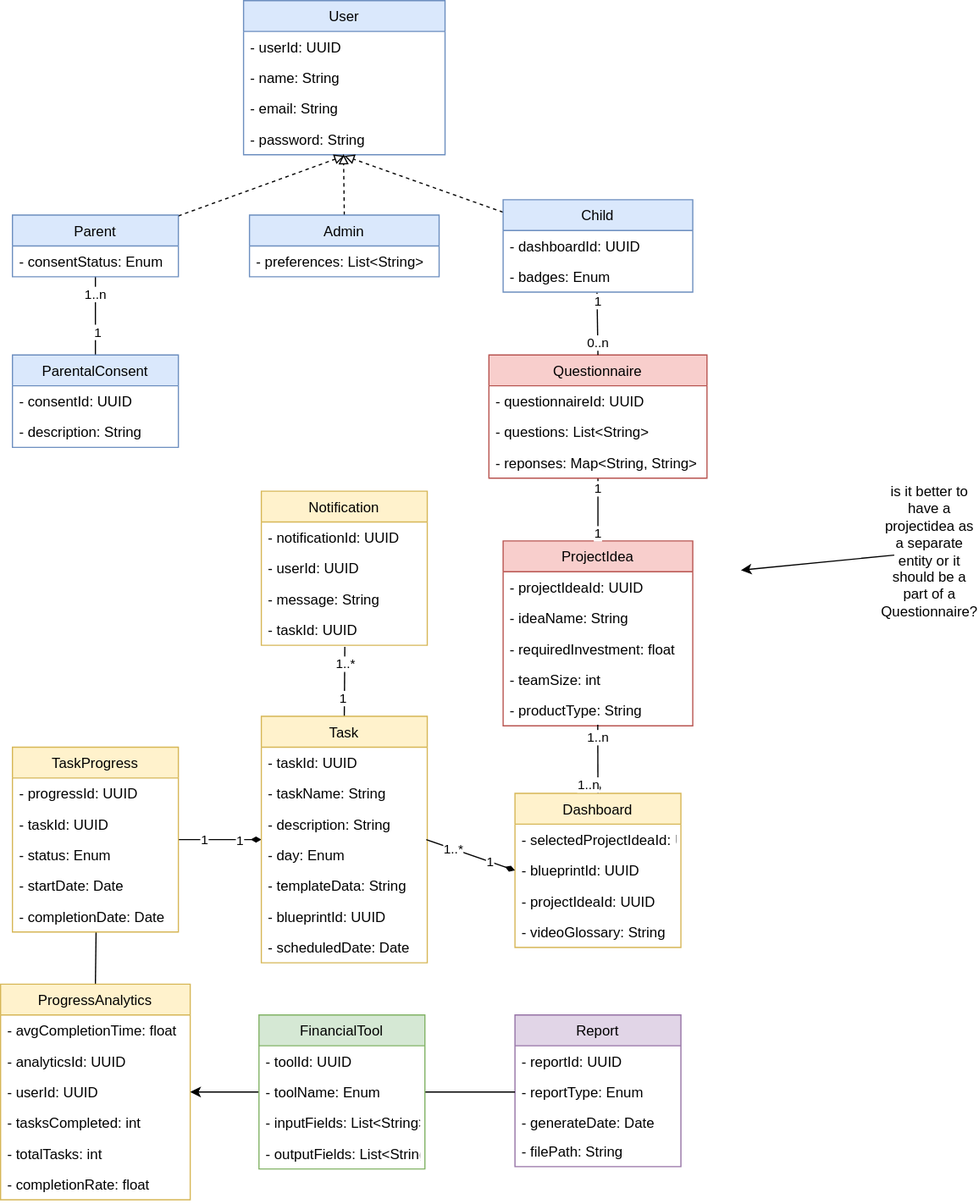
Before: docs/analysis/classes-diagram/analytical-classes-domain-model.dio.svg, a diagram exported from draw.io (dmr4eg/la-infrastructure). Source tidied: cells renumbered, new cells last; positions are measured from the earlier drawing's top-left corner, leaving out a move shared by most shapes.
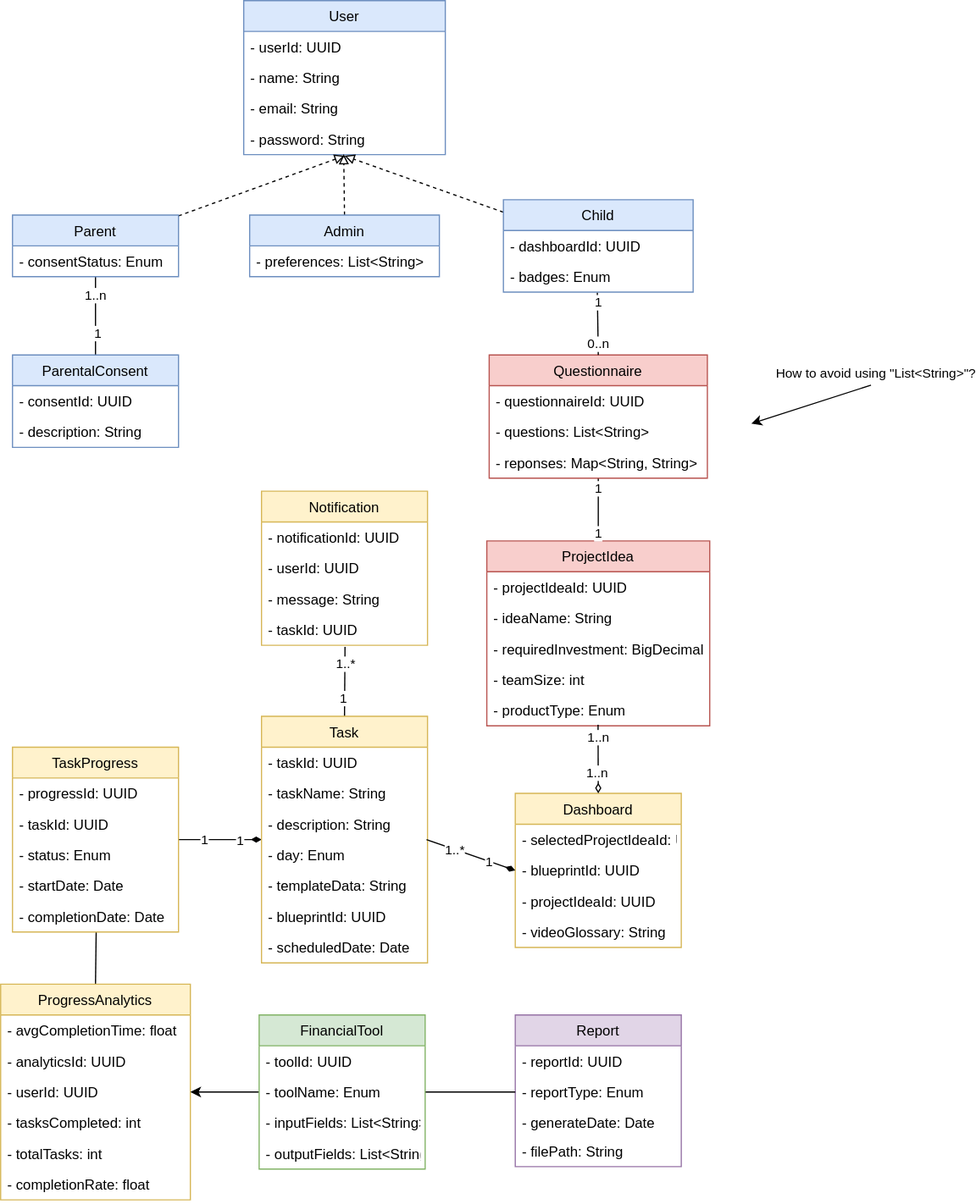
Above is the later version.

Diff of the diagram source:
```diff
@@ -52,22 +52,22 @@
       <mxGeometry y="52" width="160" height="26" as="geometry" />
     </mxCell>
     <mxCell id="17" value="ProjectIdea" style="swimlane;fontStyle=0;horizontal=1;startSize=26;fillColor=#f8cecc;strokeColor=#b85450;" parent="1" vertex="1">
-      <mxGeometry x="424" y="456" width="160" height="156" as="geometry" />
+      <mxGeometry x="410" y="456" width="188" height="156" as="geometry" />
     </mxCell>
     <mxCell id="18" value="- projectIdeaId: UUID" style="text;strokeColor=none;fillColor=none;align=left;verticalAlign=top;spacingLeft=4;spacingRight=4;overflow=hidden;" parent="17" vertex="1">
-      <mxGeometry y="26" width="160" height="26" as="geometry" />
+      <mxGeometry y="26" width="188" height="26" as="geometry" />
     </mxCell>
     <mxCell id="19" value="- ideaName: String " style="text;strokeColor=none;fillColor=none;align=left;verticalAlign=top;spacingLeft=4;spacingRight=4;overflow=hidden;" parent="17" vertex="1">
-      <mxGeometry y="52" width="160" height="26" as="geometry" />
+      <mxGeometry y="52" width="188" height="26" as="geometry" />
     </mxCell>
-    <mxCell id="20" value="- requiredInvestment: float" style="text;strokeColor=none;fillColor=none;align=left;verticalAlign=top;spacingLeft=4;spacingRight=4;overflow=hidden;" parent="17" vertex="1">
-      <mxGeometry y="78" width="160" height="26" as="geometry" />
+    <mxCell id="20" value="- requiredInvestment: BigDecimal" style="text;strokeColor=none;fillColor=none;align=left;verticalAlign=top;spacingLeft=4;spacingRight=4;overflow=hidden;" parent="17" vertex="1">
+      <mxGeometry y="78" width="188" height="26" as="geometry" />
     </mxCell>
     <mxCell id="21" value="- teamSize: int" style="text;strokeColor=none;fillColor=none;align=left;verticalAlign=top;spacingLeft=4;spacingRight=4;overflow=hidden;" parent="17" vertex="1">
-      <mxGeometry y="104" width="160" height="26" as="geometry" />
+      <mxGeometry y="104" width="188" height="26" as="geometry" />
     </mxCell>
-    <mxCell id="22" value="- productType: String" style="text;strokeColor=none;fillColor=none;align=left;verticalAlign=top;spacingLeft=4;spacingRight=4;overflow=hidden;points=[[0,0.5],[1,0.5]];portConstraint=eastwest;" parent="17" vertex="1">
-      <mxGeometry y="130" width="160" height="26" as="geometry" />
+    <mxCell id="22" value="- productType: Enum" style="text;strokeColor=none;fillColor=none;align=left;verticalAlign=top;spacingLeft=4;spacingRight=4;overflow=hidden;points=[[0,0.5],[1,0.5]];portConstraint=eastwest;" parent="17" vertex="1">
+      <mxGeometry y="130" width="188" height="26" as="geometry" />
     </mxCell>
     <mxCell id="23" style="edgeStyle=none;html=1;entryX=1;entryY=0.5;entryDx=0;entryDy=0;endArrow=none;endFill=0;startArrow=diamondThin;startFill=1;" parent="1" edge="1" source="27" target="41">
       <mxGeometry relative="1" as="geometry" />
@@ -159,6 +159,17 @@
     <mxCell id="52" value="- questions: List&lt;String&gt;" style="text;strokeColor=none;fillColor=none;align=left;verticalAlign=top;spacingLeft=4;spacingRight=4;overflow=hidden;" parent="50" vertex="1">
       <mxGeometry y="52" width="184" height="26" as="geometry" />
     </mxCell>
+    <mxCell id="98" style="edgeStyle=none;html=1;startArrow=classic;startFill=1;endArrow=none;endFill=0;" parent="50" edge="1">
+      <mxGeometry relative="1" as="geometry">
+        <mxPoint x="221" y="58" as="sourcePoint" />
+        <mxPoint x="322" y="25.5" as="targetPoint" />
+      </mxGeometry>
+    </mxCell>
+    <mxCell id="99" value="How to avoid using &quot;List&amp;lt;String&amp;gt;&quot;?" style="edgeLabel;html=1;align=center;verticalAlign=middle;" parent="98" vertex="1">
+      <mxGeometry x="0.38" relative="1" as="geometry">
+        <mxPoint x="34" y="-20" as="offset" />
+      </mxGeometry>
+    </mxCell>
     <mxCell id="53" value="- reponses: Map&lt;String, String&gt;" style="text;strokeColor=none;fillColor=none;align=left;verticalAlign=top;spacingLeft=4;spacingRight=4;overflow=hidden;" parent="50" vertex="1">
       <mxGeometry y="78" width="184" height="26" as="geometry" />
     </mxCell>
@@ -265,7 +276,7 @@
     </mxCell>
     <mxCell id="87" value="1..n" style="edgeLabel;html=1;align=center;verticalAlign=middle;" parent="85" vertex="1">
       <mxGeometry x="0.71" relative="1" as="geometry">
-        <mxPoint x="-9" as="offset" />
+        <mxPoint x="-2" y="-10" as="offset" />
       </mxGeometry>
     </mxCell>
     <mxCell id="88" value="ParentalConsent" style="swimlane;fontStyle=0;horizontal=1;startSize=26;fillColor=#dae8fc;strokeColor=#6c8ebf;" parent="1" vertex="1">
@@ -286,14 +297,6 @@
     <mxCell id="93" value="- preferences: List&lt;String&gt;" style="text;align=left;verticalAlign=top;spacingLeft=4;spacingRight=4;overflow=hidden;" parent="92" vertex="1">
       <mxGeometry y="26" width="160" height="26" as="geometry" />
     </mxCell>
-    <mxCell id="94" style="edgeStyle=none;html=1;" parent="1" edge="1" source="95">
-      <mxGeometry relative="1" as="geometry">
-        <mxPoint x="624.7" y="480.7" as="targetPoint" />
-      </mxGeometry>
-    </mxCell>
-    <mxCell id="95" value="is it better to have a projectidea as a separate entity or it should be a part of a Questionnaire?" style="text;html=1;strokeColor=none;fillColor=none;align=center;verticalAlign=middle;whiteSpace=wrap;rounded=0;" parent="1" vertex="1">
-      <mxGeometry x="754" y="450" width="60" height="30" as="geometry" />
-    </mxCell>
     <mxCell id="96" value="1..*" style="edgeLabel;html=1;align=center;verticalAlign=middle;" parent="1" vertex="1">
       <mxGeometry x="290" y="559" as="geometry" />
     </mxCell>
```
